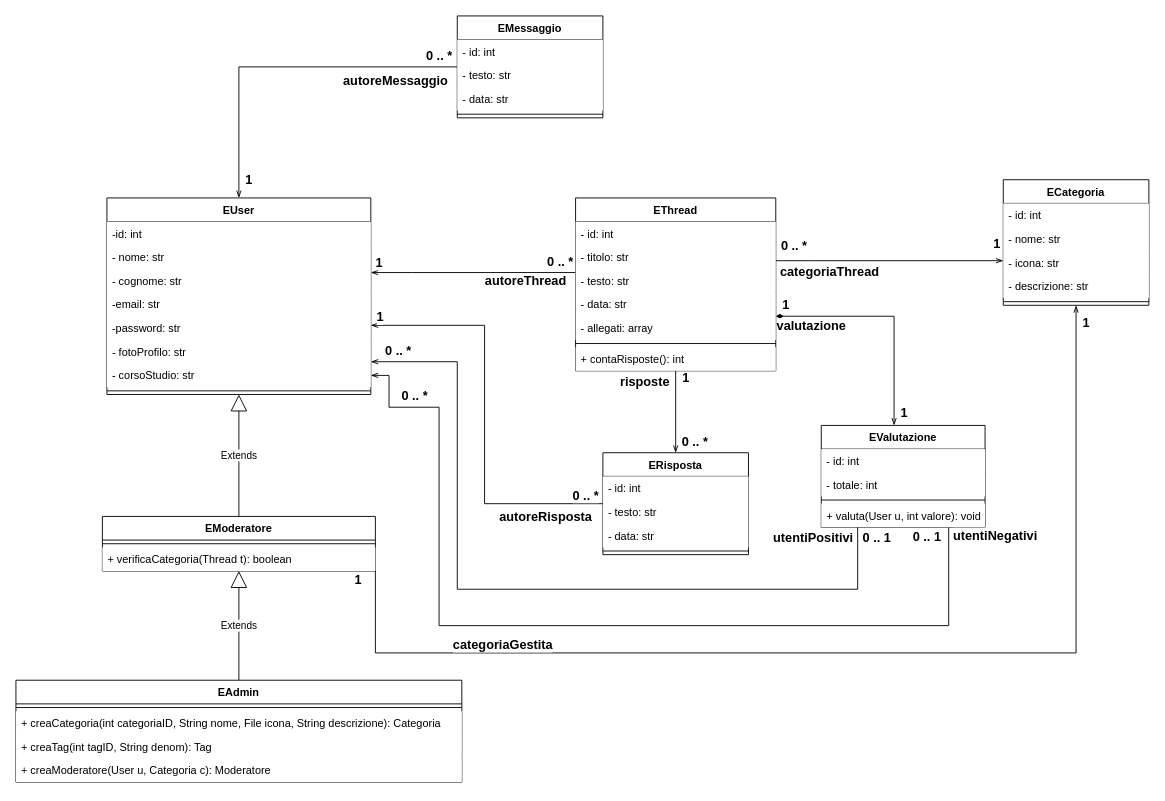
This is Diagrammi/UML.drawio from EdoPan/UniChat, a draw.io file, before an edit. Source tidied: cells renumbered, new cells numbered last; positions are measured from the earlier drawing's top-left corner, leaving out a move shared by most shapes. Both pictures are drawn from the tidied source at 91%, with x=0, y=0 at pixel (15, 15).
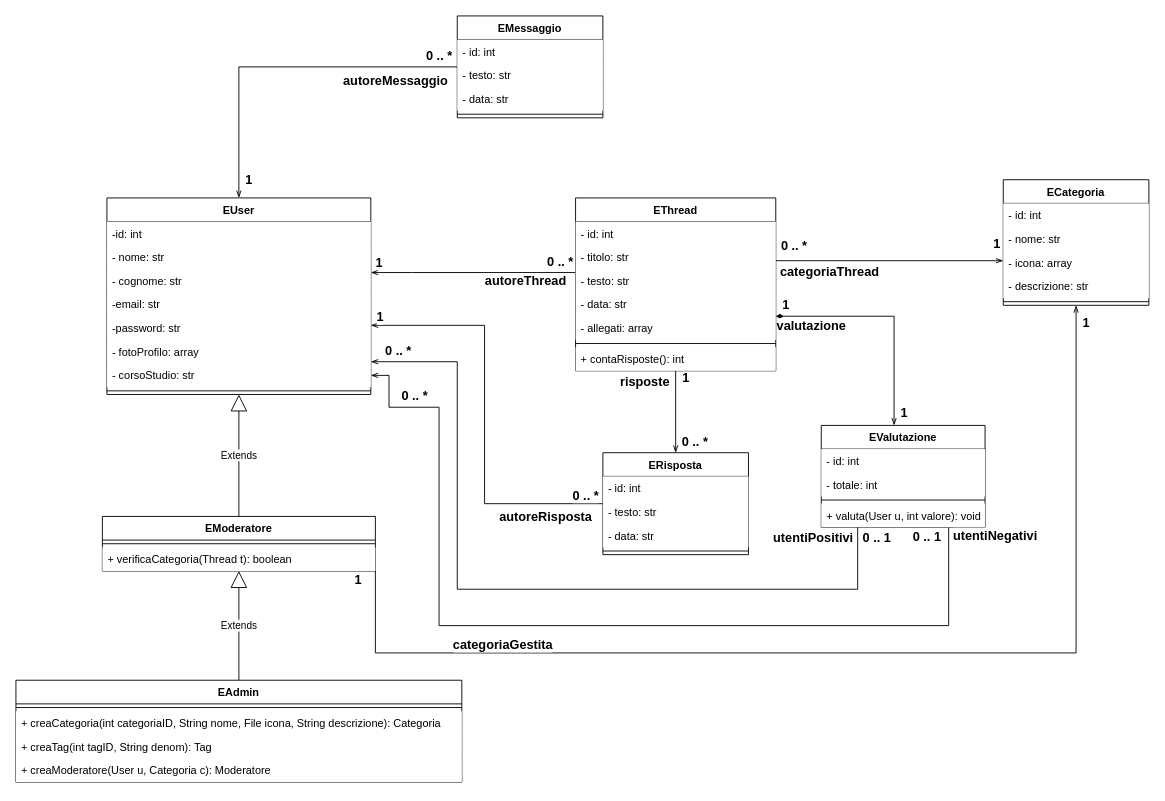
After the change.

Commit message:
Aggiornamento UML Entity

Modificato il tipo degli attributi che devono contenere file.

The change refers to these unchanged cells:
```xml
<mxCell id="2" value="EUser" style="swimlane;fontStyle=1;align=center;verticalAlign=top;horizontal=1;startSize=26;" parent="1" vertex="1">
  <mxGeometry x="100" y="200" width="290" height="216" as="geometry" />
</mxCell>
<mxCell id="44" value="ECategoria" style="swimlane;fontStyle=1;align=center;verticalAlign=top;horizontal=1;startSize=26;" parent="1" vertex="1">
  <mxGeometry x="1085" y="180" width="160" height="138" as="geometry" />
</mxCell>
```

The edit, as a diff of the source:
```diff
@@
-    <mxCell id="8" value="- fotoProfilo: str" style="text;align=left;verticalAlign=top;spacingLeft=4;spacingRight=4;overflow=hidden;fillColor=#FFFFFF;" parent="2" vertex="1">
+    <mxCell id="8" value="- fotoProfilo: array" style="text;align=left;verticalAlign=top;spacingLeft=4;spacingRight=4;overflow=hidden;fillColor=#FFFFFF;" parent="2" vertex="1">
       <mxGeometry y="156" width="290" height="26" as="geometry" />
     </mxCell>
@@
-    <mxCell id="47" value="- icona: str" style="text;align=left;verticalAlign=top;spacingLeft=4;spacingRight=4;overflow=hidden;fillColor=#FFFFFF;" parent="44" vertex="1">
+    <mxCell id="47" value="- icona: array" style="text;align=left;verticalAlign=top;spacingLeft=4;spacingRight=4;overflow=hidden;fillColor=#FFFFFF;" parent="44" vertex="1">
       <mxGeometry y="78" width="160" height="26" as="geometry" />
     </mxCell>
```
